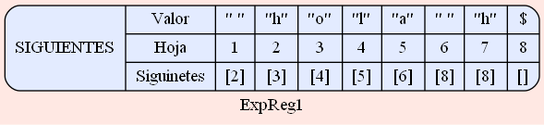
Before: SIGUIENTES_202000119/Siguientes_ExpReg1.png, a diagram exported from Graphviz (SergieArizandieta/OLC1-P1-202000119). Its source is kept beside it as SIGUIENTES_202000119/Siguientes_ExpReg1.dot.
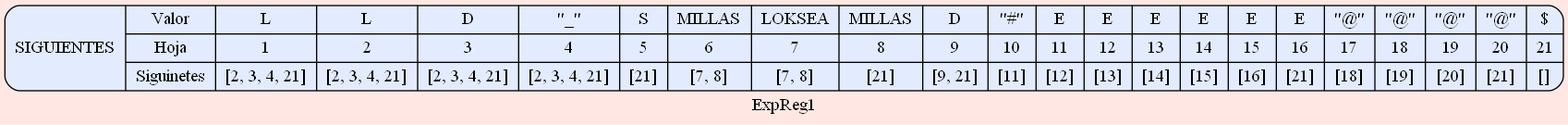
Later version of the same file.

Change to the diagram source:
```diff
@@ -3,13 +3,26 @@
  node [shape=Mrecord fillcolor="#E3EBFF" style =filled];
 label ="ExpReg1"
 struct1 [label="SIGUIENTES| { Valor | Hoja| Siguinetes } |
-{ \" \"| 1 | [2]}|
-{ \"h\"| 2 | [3]}|
-{ \"o\"| 3 | [4]}|
-{ \"l\"| 4 | [5]}|
-{ \"a\"| 5 | [6]}|
-{ \" \"| 6 | [8]}|
-{ \"h\"| 7 | [8]}|
-{ $| 8 | []}
+{ L| 1 | [2, 3, 4, 21]}|
+{ L| 2 | [2, 3, 4, 21]}|
+{ D| 3 | [2, 3, 4, 21]}|
+{ \"_\"| 4 | [2, 3, 4, 21]}|
+{ S| 5 | [21]}|
+{ MILLAS| 6 | [7, 8]}|
+{ LOKSEA| 7 | [7, 8]}|
+{ MILLAS| 8 | [21]}|
+{ D| 9 | [9, 21]}|
+{ \"#\"| 10 | [11]}|
+{ E| 11 | [12]}|
+{ E| 12 | [13]}|
+{ E| 13 | [14]}|
+{ E| 14 | [15]}|
+{ E| 15 | [16]}|
+{ E| 16 | [21]}|
+{ \"@\"| 17 | [18]}|
+{ \"@\"| 18 | [19]}|
+{ \"@\"| 19 | [20]}|
+{ \"@\"| 20 | [21]}|
+{ $| 21 | []}
 "];
  }
```
